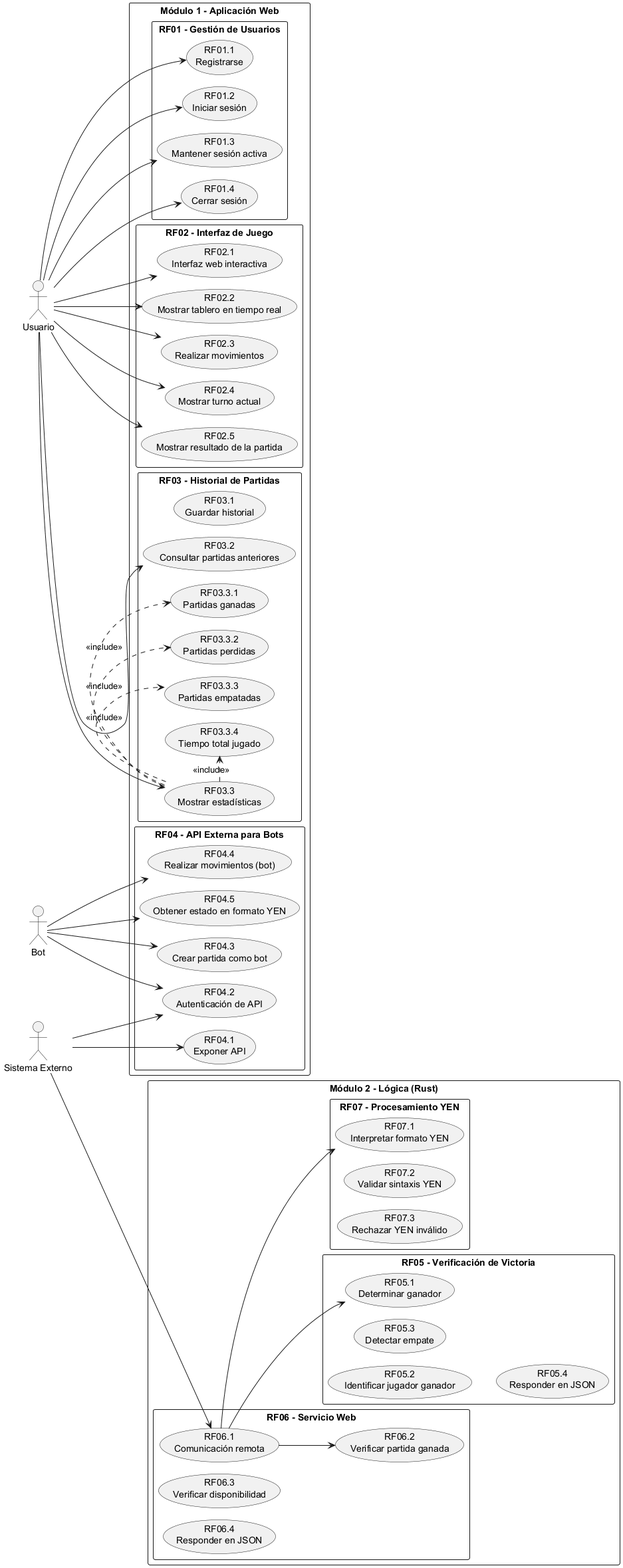
This is images/Árbol de calidad.png from Arquisoft/yovi_es5a, a PlantUML export, as it was before one commit. Its diagram source:
```plantuml
@startuml
left to right direction
skinparam packageStyle rectangle

actor Usuario
actor Bot
actor "Sistema Externo" as ExtSystem

rectangle "Módulo 1 - Aplicación Web" {

  package "RF01 - Gestión de Usuarios" {
    usecase "RF01.1\nRegistrarse" as UC1
    usecase "RF01.2\nIniciar sesión" as UC2
    usecase "RF01.3\nMantener sesión activa" as UC3
    usecase "RF01.4\nCerrar sesión" as UC4
  }

  package "RF02 - Interfaz de Juego" {
    usecase "RF02.1\nInterfaz web interactiva" as UC5
    usecase "RF02.2\nMostrar tablero en tiempo real" as UC6
    usecase "RF02.3\nRealizar movimientos" as UC7
    usecase "RF02.4\nMostrar turno actual" as UC8
    usecase "RF02.5\nMostrar resultado de la partida" as UC9
  }

  package "RF03 - Historial de Partidas" {
    usecase "RF03.1\nGuardar historial" as UC10
    usecase "RF03.2\nConsultar partidas anteriores" as UC11
    usecase "RF03.3\nMostrar estadísticas" as UC12
    usecase "RF03.3.1\nPartidas ganadas" as UC13
    usecase "RF03.3.2\nPartidas perdidas" as UC14
    usecase "RF03.3.3\nPartidas empatadas" as UC15
    usecase "RF03.3.4\nTiempo total jugado" as UC16
  }

  package "RF04 - API Externa para Bots" {
    usecase "RF04.1\nExponer API" as UC17
    usecase "RF04.2\nAutenticación de API" as UC18
    usecase "RF04.3\nCrear partida como bot" as UC19
    usecase "RF04.4\nRealizar movimientos (bot)" as UC20
    usecase "RF04.5\nObtener estado en formato YEN" as UC21
  }
}

rectangle "Módulo 2 - Lógica (Rust)" {

  package "RF05 - Verificación de Victoria" {
    usecase "RF05.1\nDeterminar ganador" as UC22
    usecase "RF05.2\nIdentificar jugador ganador" as UC23
    usecase "RF05.3\nDetectar empate" as UC24
    usecase "RF05.4\nResponder en JSON" as UC25
  }

  package "RF06 - Servicio Web" {
    usecase "RF06.1\nComunicación remota" as UC26
    usecase "RF06.2\nVerificar partida ganada" as UC27
    usecase "RF06.3\nVerificar disponibilidad" as UC28
    usecase "RF06.4\nResponder en JSON" as UC29
  }

  package "RF07 - Procesamiento YEN" {
    usecase "RF07.1\nInterpretar formato YEN" as UC30
    usecase "RF07.2\nValidar sintaxis YEN" as UC31
    usecase "RF07.3\nRechazar YEN inválido" as UC32
  }
}

Usuario --> UC1
Usuario --> UC2
Usuario --> UC3
Usuario --> UC4
Usuario --> UC5
Usuario --> UC6
Usuario --> UC7
Usuario --> UC8
Usuario --> UC9
Usuario --> UC11
Usuario --> UC12

UC12 .> UC13 : <<include>>
UC12 .> UC14 : <<include>>
UC12 .> UC15 : <<include>>
UC12 .> UC16 : <<include>>

Bot --> UC18
Bot --> UC19
Bot --> UC20
Bot --> UC21

ExtSystem --> UC17
ExtSystem --> UC18
ExtSystem --> UC26

UC26 --> UC22
UC26 --> UC27
UC26 --> UC30

@enduml
```
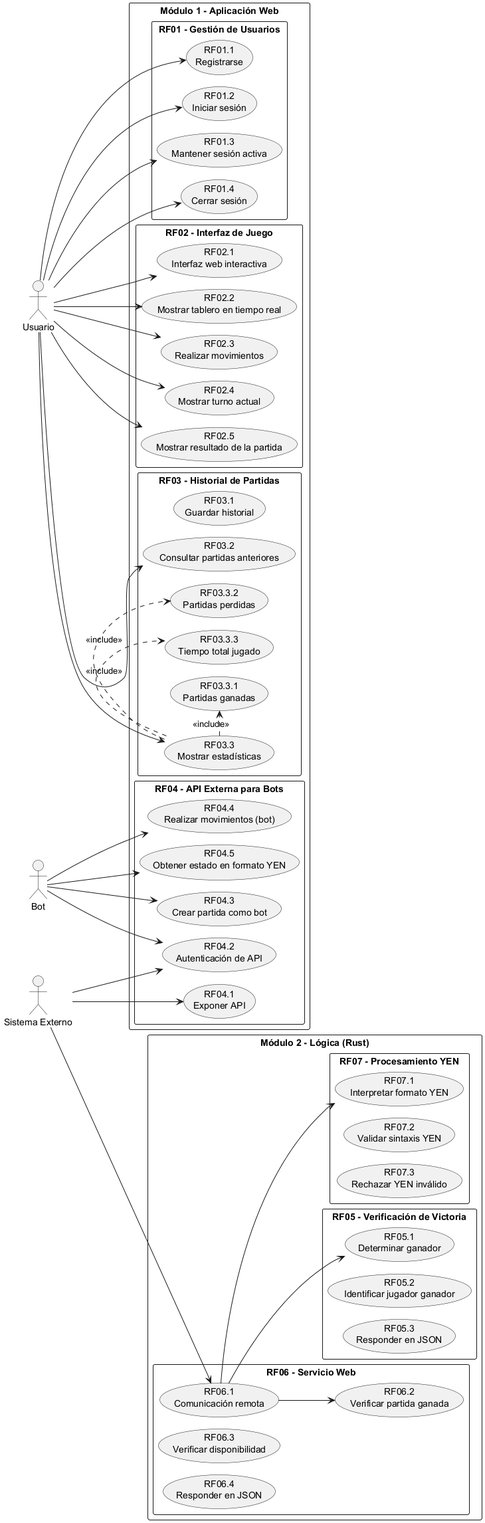
Above is the later version.

The edit, as a diff of the source:
```diff
@@ -29,8 +29,7 @@
     usecase "RF03.3\nMostrar estadísticas" as UC12
     usecase "RF03.3.1\nPartidas ganadas" as UC13
     usecase "RF03.3.2\nPartidas perdidas" as UC14
-    usecase "RF03.3.3\nPartidas empatadas" as UC15
-    usecase "RF03.3.4\nTiempo total jugado" as UC16
+    usecase "RF03.3.3\nTiempo total jugado" as UC15
   }
 
   package "RF04 - API Externa para Bots" {
@@ -47,8 +46,7 @@
   package "RF05 - Verificación de Victoria" {
     usecase "RF05.1\nDeterminar ganador" as UC22
     usecase "RF05.2\nIdentificar jugador ganador" as UC23
-    usecase "RF05.3\nDetectar empate" as UC24
-    usecase "RF05.4\nResponder en JSON" as UC25
+    usecase "RF05.3\nResponder en JSON" as UC24
   }
 
   package "RF06 - Servicio Web" {
@@ -80,7 +78,6 @@
 UC12 .> UC13 : <<include>>
 UC12 .> UC14 : <<include>>
 UC12 .> UC15 : <<include>>
-UC12 .> UC16 : <<include>>
 
 Bot --> UC18
 Bot --> UC19
```
